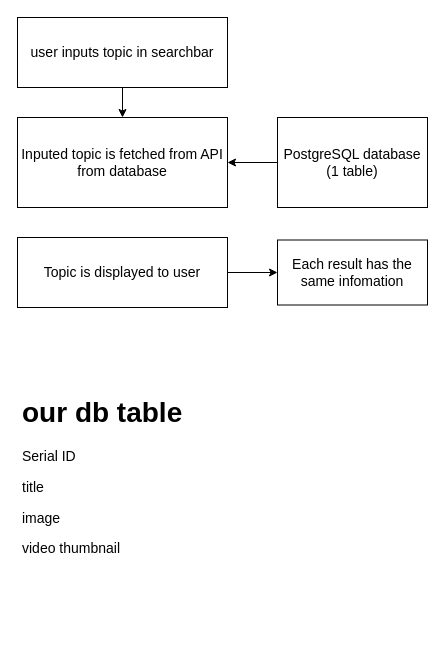
This is flowchart.drawio from SchoolOfCode/Plethora---Resource-API, a draw.io file, before an edit. Source tidied: cells renumbered, new cells numbered last; positions are measured from the earlier drawing's top-left corner, leaving out a move shared by most shapes. Both pictures are drawn from the tidied source at 100%, with x=0, y=0 at pixel (17, 17).
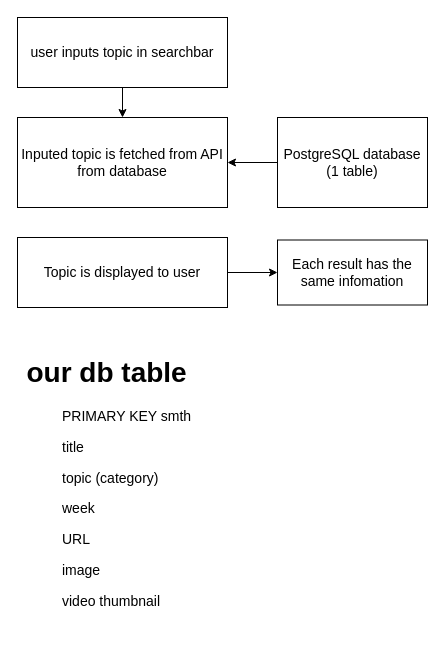
Above is the later version.

Change to the diagram source:
```diff
@@
 <mxGraphModel>
   <root>
     <mxCell id="0" />
     <mxCell id="1" parent="0" />
     <mxCell id="2" value="&lt;font style=&quot;font-size: 14px&quot;&gt;user inputs topic in searchbar&lt;/font&gt;" style="rounded=0;whiteSpace=wrap;html=1;" parent="1" vertex="1">
       <mxGeometry width="210" height="70" as="geometry" />
     </mxCell>
     <mxCell id="3" style="endArrow=classic;html=1;exitX=0.5;exitY=1;exitDx=0;exitDy=0;entryX=0.5;entryY=0;entryDx=0;entryDy=0;" parent="1" edge="1" source="2" target="4">
       <mxGeometry relative="1" as="geometry" />
     </mxCell>
     <mxCell id="4" value="&lt;font style=&quot;font-size: 14px&quot;&gt;Inputed topic is fetched from API from database&lt;/font&gt;" style="rounded=0;whiteSpace=wrap;html=1;" parent="1" vertex="1">
       <mxGeometry y="100" width="210" height="90" as="geometry" />
     </mxCell>
     <mxCell id="5" style="endArrow=classic;html=1;" parent="1" edge="1" target="7">
       <mxGeometry relative="1" as="geometry">
         <mxPoint x="104.5" y="230" as="sourcePoint" />
       </mxGeometry>
     </mxCell>
     <mxCell id="6" style="edgeStyle=none;html=1;" parent="1" edge="1" source="7" target="8">
       <mxGeometry relative="1" as="geometry" />
     </mxCell>
     <mxCell id="7" value="&lt;font style=&quot;font-size: 14px&quot;&gt;Topic is displayed to user&lt;/font&gt;" style="rounded=0;whiteSpace=wrap;html=1;" parent="1" vertex="1">
       <mxGeometry y="220" width="210" height="70" as="geometry" />
     </mxCell>
     <mxCell id="8" value="&lt;font style=&quot;font-size: 14px&quot;&gt;Each result has the same infomation&lt;/font&gt;" style="whiteSpace=wrap;html=1;rounded=0;" parent="1" vertex="1">
       <mxGeometry x="260" y="222.5" width="150" height="65" as="geometry" />
     </mxCell>
     <mxCell id="9" style="edgeStyle=none;html=1;fontSize=14;" parent="1" edge="1" source="10" target="4">
       <mxGeometry relative="1" as="geometry" />
     </mxCell>
     <mxCell id="10" value="PostgreSQL database (1 table)" style="rounded=0;whiteSpace=wrap;html=1;fontSize=14;" parent="1" vertex="1">
       <mxGeometry x="260" y="100" width="150" height="90" as="geometry" />
     </mxCell>
-    <mxCell id="11" value="&lt;h1&gt;our db table&lt;/h1&gt;&lt;p&gt;Serial ID&lt;/p&gt;&lt;p&gt;title&lt;/p&gt;&lt;p&gt;image&lt;/p&gt;&lt;p&gt;video thumbnail&lt;/p&gt;&lt;p&gt;&lt;br&gt;&lt;/p&gt;" style="text;html=1;strokeColor=none;fillColor=none;spacing=5;spacingTop=-20;whiteSpace=wrap;overflow=hidden;rounded=0;fontSize=14;" parent="1" vertex="1">
-      <mxGeometry y="370" width="300" height="250" as="geometry" />
+    <mxCell id="11" value="&lt;h1 style=&quot;text-align: center&quot;&gt;our db table&lt;/h1&gt;&lt;blockquote style=&quot;margin: 0 0 0 40px ; border: none ; padding: 0px&quot;&gt;&lt;p style=&quot;text-align: center&quot;&gt;PRIMARY KEY smth&lt;/p&gt;&lt;p&gt;title&lt;/p&gt;&lt;p&gt;topic (category)&lt;/p&gt;&lt;p&gt;week&lt;/p&gt;&lt;p&gt;URL&lt;/p&gt;&lt;p&gt;image&lt;/p&gt;&lt;p&gt;video thumbnail&amp;nbsp;&lt;/p&gt;&lt;/blockquote&gt;&lt;p&gt;&lt;br&gt;&lt;/p&gt;&lt;p&gt;&lt;br&gt;&lt;/p&gt;" style="text;html=1;strokeColor=none;fillColor=none;spacing=5;spacingTop=-20;whiteSpace=wrap;overflow=hidden;rounded=0;fontSize=14;" parent="1" vertex="1">
+      <mxGeometry y="330" width="200" height="290" as="geometry" />
     </mxCell>
   </root>
 </mxGraphModel>
```
